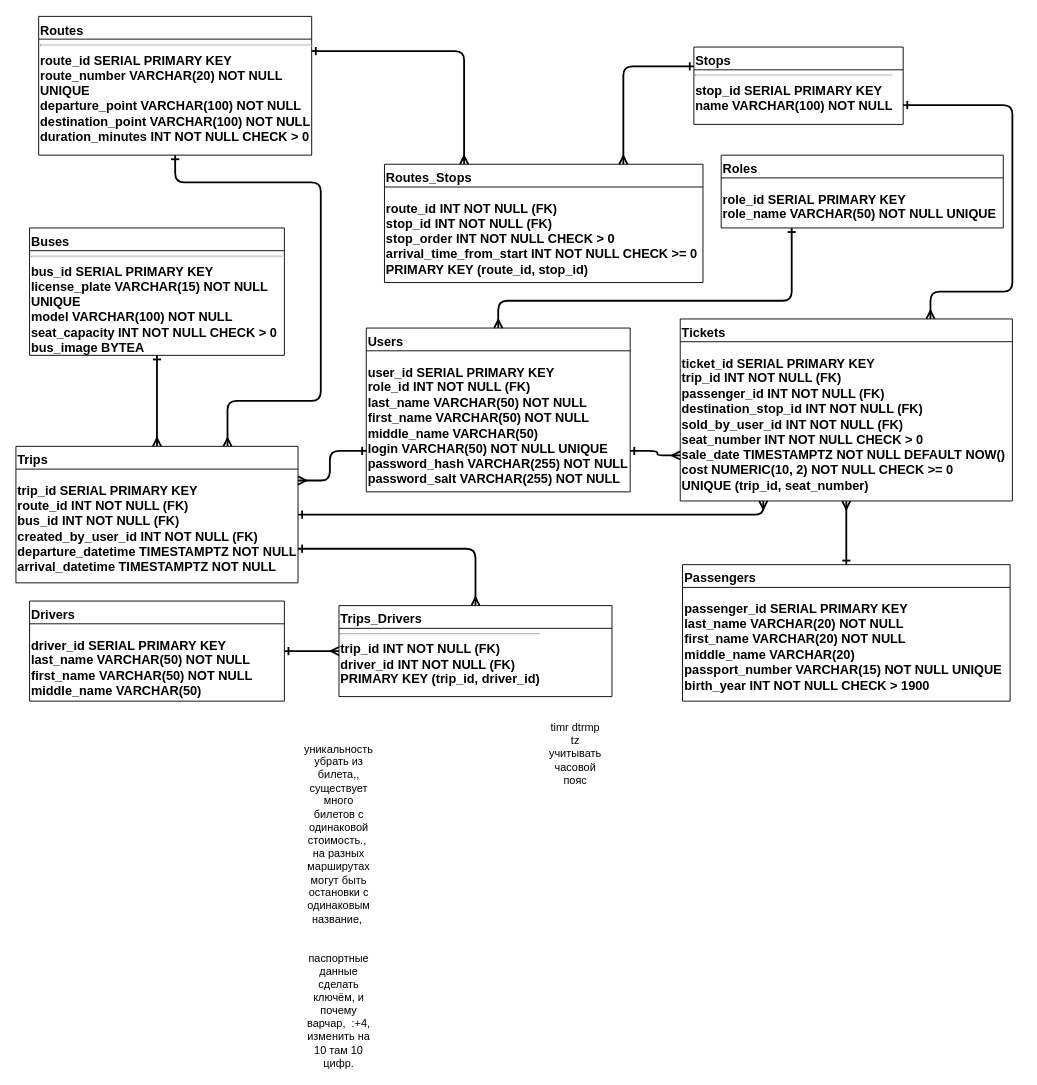
Earlier version of the draw.io diagram CourseProjectDBMS/database/models/physical/Физическая модель.drawio (Apehovesrame/PpassengerTransportation). Source tidied: cells renumbered, new cells numbered last; positions are measured from the earlier drawing's top-left corner, leaving out a move shared by most shapes. Both pictures are drawn from the tidied source at 91%, with x=0, y=0 at pixel (15, 16).
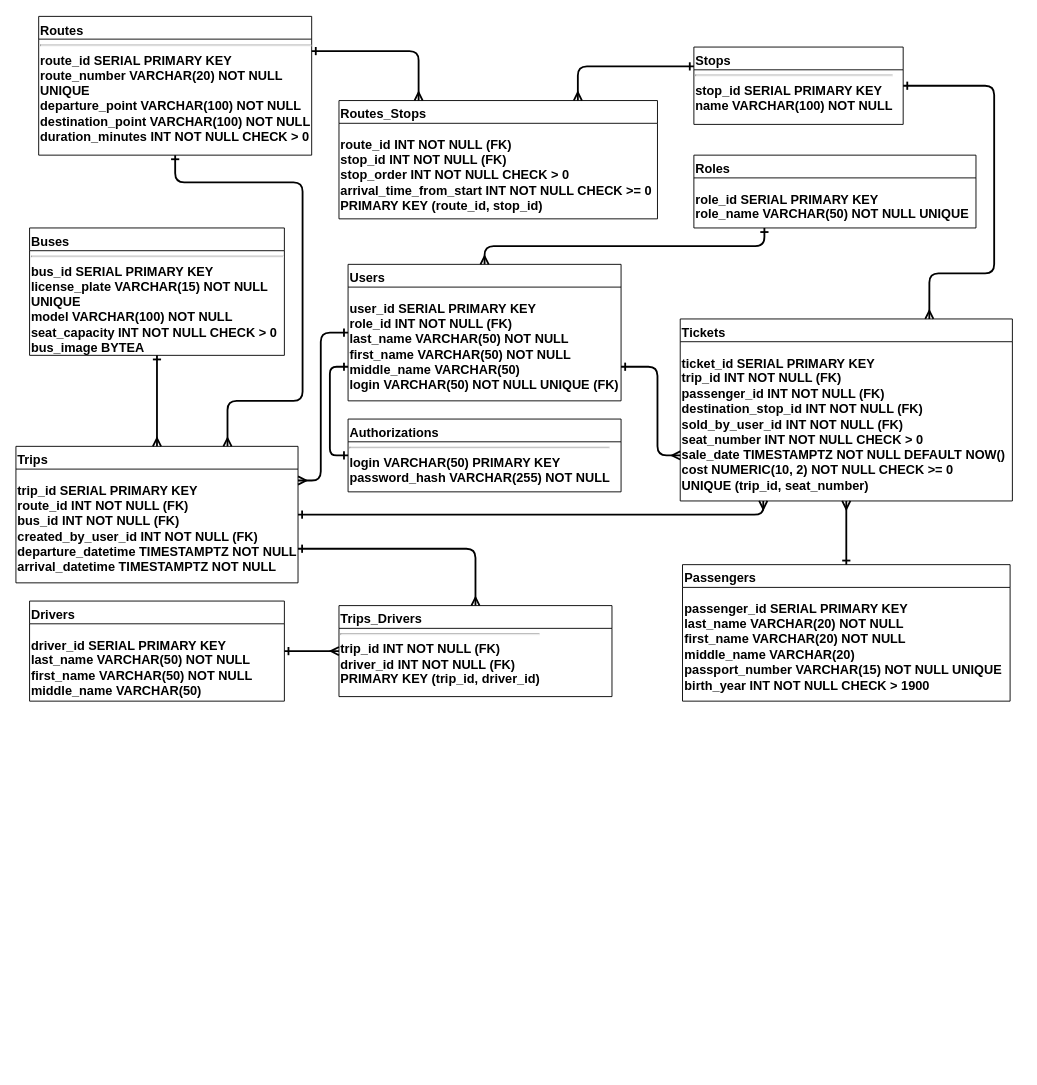
After the change.

Unchanged cells that the change refers to:
```xml
<mxCell id="2" value="&lt;b&gt;Routes&lt;/b&gt;&lt;hr&gt;route_id SERIAL PRIMARY KEY&lt;br&gt;route_number VARCHAR(20) NOT NULL UNIQUE&lt;br&gt;departure_point VARCHAR(100) NOT NULL&lt;br&gt;destination_point VARCHAR(100) NOT NULL&lt;br&gt;duration_minutes INT NOT NULL CHECK &amp;gt; 0" style="shape=table;startSize=25;childLayout=tableLayout;rowLines=0;fontStyle=1;align=left;strokeWidth=1;whiteSpace=wrap;html=1;verticalAlign=top;fontSize=14;" parent="1" vertex="1">
  <mxGeometry x="25" y="-0.5" width="300" height="152.5" as="geometry" />
</mxCell>
<mxCell id="3" value="&lt;b&gt;Stops&lt;/b&gt;&lt;hr&gt;stop_id SERIAL PRIMARY KEY&lt;br&gt;name VARCHAR(100) NOT NULL" style="shape=table;startSize=25;childLayout=tableLayout;rowLines=0;fontStyle=1;align=left;strokeWidth=1;whiteSpace=wrap;html=1;verticalAlign=top;fontSize=14;" parent="1" vertex="1">
  <mxGeometry x="745" y="33.2" width="230" height="85" as="geometry" />
</mxCell>
<mxCell id="5" value="&lt;b&gt;Trips&lt;/b&gt;&lt;div&gt;&lt;br&gt;&lt;/div&gt;&lt;div&gt;trip_id SERIAL PRIMARY KEY&lt;/div&gt;&lt;div&gt;route_id INT NOT NULL (FK)&lt;/div&gt;&lt;div&gt;bus_id INT NOT NULL (FK)&lt;/div&gt;&lt;div&gt;created_by_user_id INT NOT NULL (FK)&lt;/div&gt;&lt;div&gt;departure_datetime TIMESTAMPTZ NOT NULL&lt;/div&gt;&lt;div&gt;arrival_datetime TIMESTAMPTZ NOT NULL&lt;/div&gt;" style="shape=table;startSize=25;childLayout=tableLayout;rowLines=0;fontStyle=1;align=left;strokeWidth=1;whiteSpace=wrap;html=1;verticalAlign=top;fontSize=14;" parent="1" vertex="1">
  <mxGeometry y="472" width="310" height="150" as="geometry" />
</mxCell>
<mxCell id="10" value="&lt;b&gt;Tickets&lt;/b&gt;&lt;div&gt;&lt;br&gt;&lt;/div&gt;&lt;div&gt;ticket_id SERIAL PRIMARY KEY&lt;/div&gt;&lt;div&gt;trip_id INT NOT NULL (FK)&lt;/div&gt;&lt;div&gt;passenger_id INT NOT NULL (FK)&lt;/div&gt;&lt;div&gt;destination_stop_id INT NOT NULL (FK)&lt;/div&gt;&lt;div&gt;sold_by_user_id INT NOT NULL (FK)&lt;/div&gt;&lt;div&gt;seat_number INT NOT NULL CHECK &amp;gt; 0&lt;/div&gt;&lt;div&gt;sale_date TIMESTAMPTZ NOT NULL DEFAULT NOW()&lt;/div&gt;&lt;div&gt;cost NUMERIC(10, 2) NOT NULL CHECK &amp;gt;= 0&lt;/div&gt;&lt;div&gt;UNIQUE (trip_id, seat_number)&lt;/div&gt;" style="shape=table;startSize=25;childLayout=tableLayout;rowLines=0;fontStyle=1;align=left;strokeWidth=1;whiteSpace=wrap;html=1;verticalAlign=top;fontSize=14;" parent="1" vertex="1">
  <mxGeometry x="730" y="332" width="365" height="200" as="geometry" />
</mxCell>
```

Change to the diagram source:
```diff
@@
     <mxCell id="4" value="&lt;b&gt;Routes_Stops&lt;/b&gt;&lt;div&gt;&lt;br&gt;&lt;/div&gt;&lt;div&gt;route_id INT NOT NULL (FK)&lt;/div&gt;&lt;div&gt;stop_id INT NOT NULL (FK)&lt;/div&gt;&lt;div&gt;stop_order INT NOT NULL CHECK &amp;gt; 0&lt;/div&gt;&lt;div&gt;arrival_time_from_start INT NOT NULL CHECK &amp;gt;= 0&lt;/div&gt;&lt;div&gt;PRIMARY KEY (route_id, stop_id)&lt;/div&gt;" style="shape=table;startSize=25;childLayout=tableLayout;rowLines=0;fontStyle=1;align=left;strokeWidth=1;whiteSpace=wrap;html=1;verticalAlign=top;fontSize=14;" parent="1" vertex="1">
-      <mxGeometry x="405" y="162" width="350" height="130" as="geometry" />
+      <mxGeometry x="355" y="92" width="350" height="130" as="geometry" />
     </mxCell>
@@
     <mxCell id="11" style="edgeStyle=orthogonalEdgeStyle;endArrow=ERmany;startArrow=ERone;endFill=1;startFill=1;strokeWidth=2;verticalAlign=top;align=left;fontSize=14;entryX=0.25;entryY=0;entryDx=0;entryDy=0;exitX=1;exitY=0.25;exitDx=0;exitDy=0;" parent="1" edge="1" source="2" target="4">
       <mxGeometry relative="1" as="geometry">
         <Array as="points">
-          <mxPoint x="493" y="38" />
+          <mxPoint x="443" y="38" />
         </Array>
       </mxGeometry>
     </mxCell>
     <mxCell id="12" style="edgeStyle=orthogonalEdgeStyle;endArrow=ERmany;startArrow=ERone;endFill=1;startFill=1;strokeWidth=2;verticalAlign=top;align=left;fontSize=14;entryX=0.75;entryY=0;entryDx=0;entryDy=0;exitX=0;exitY=0.25;exitDx=0;exitDy=0;" parent="1" edge="1" source="3" target="4">
       <mxGeometry relative="1" as="geometry">
         <Array as="points">
-          <mxPoint x="668" y="55" />
+          <mxPoint x="618" y="54" />
         </Array>
       </mxGeometry>
     </mxCell>
     <mxCell id="13" style="edgeStyle=orthogonalEdgeStyle;endArrow=ERmany;startArrow=ERone;endFill=1;startFill=1;strokeWidth=2;verticalAlign=top;align=left;fontSize=14;exitX=0.5;exitY=1;exitDx=0;exitDy=0;entryX=0.75;entryY=0;entryDx=0;entryDy=0;" parent="1" edge="1" source="2" target="5">
       <mxGeometry relative="1" as="geometry">
         <Array as="points">
           <mxPoint x="175" y="182" />
-          <mxPoint x="335" y="182" />
-          <mxPoint x="335" y="422" />
+          <mxPoint x="315" y="182" />
+          <mxPoint x="315" y="422" />
           <mxPoint x="233" y="422" />
         </Array>
       </mxGeometry>
     </mxCell>
@@
-    <mxCell id="19" style="edgeStyle=orthogonalEdgeStyle;endArrow=ERmany;startArrow=ERone;endFill=1;startFill=1;strokeWidth=2;verticalAlign=top;align=left;fontSize=14;exitX=1;exitY=0.75;exitDx=0;exitDy=0;" parent="1" edge="1" source="3">
+    <mxCell id="19" style="edgeStyle=orthogonalEdgeStyle;endArrow=ERmany;startArrow=ERone;endFill=1;startFill=1;strokeWidth=2;verticalAlign=top;align=left;fontSize=14;entryX=0.75;entryY=0;entryDx=0;entryDy=0;exitX=1;exitY=0.5;exitDx=0;exitDy=0;" parent="1" edge="1" source="3" target="10">
       <mxGeometry relative="1" as="geometry">
-        <mxPoint x="1005" y="332" as="targetPoint" />
         <Array as="points">
-          <mxPoint x="1095" y="97" />
-          <mxPoint x="1095" y="302" />
-          <mxPoint x="1005" y="302" />
-          <mxPoint x="1005" y="332" />
+          <mxPoint x="1075" y="76" />
+          <mxPoint x="1075" y="282" />
+          <mxPoint x="1004" y="282" />
         </Array>
       </mxGeometry>
     </mxCell>
     <mxCell id="20" value="&lt;b&gt;Roles&lt;/b&gt;&lt;div&gt;&lt;br&gt;&lt;/div&gt;&lt;div&gt;role_id SERIAL PRIMARY KEY&amp;nbsp;&lt;/div&gt;&lt;div&gt;role_name VARCHAR(50) NOT NULL UNIQUE&lt;/div&gt;" style="shape=table;startSize=25;childLayout=tableLayout;rowLines=0;fontStyle=1;align=left;strokeWidth=1;whiteSpace=wrap;html=1;verticalAlign=top;fontSize=14;" parent="1" vertex="1">
-      <mxGeometry x="775" y="152" width="310" height="80" as="geometry" />
+      <mxGeometry x="745" y="152" width="310" height="80" as="geometry" />
     </mxCell>
-    <mxCell id="21" value="&lt;b&gt;Users&lt;/b&gt;&lt;div&gt;&lt;br&gt;&lt;/div&gt;&lt;div&gt;user_id SERIAL PRIMARY KEY&lt;/div&gt;&lt;div&gt;role_id INT NOT NULL (FK)&lt;/div&gt;&lt;div&gt;last_name VARCHAR(50) NOT NULL&lt;/div&gt;&lt;div&gt;first_name VARCHAR(50) NOT NULL&lt;/div&gt;&lt;div&gt;middle_name VARCHAR(50)&lt;/div&gt;&lt;div&gt;login VARCHAR(50) NOT NULL UNIQUE&lt;/div&gt;&lt;div&gt;password_hash VARCHAR(255) NOT NULL&lt;/div&gt;&lt;div&gt;password_salt VARCHAR(255) NOT NULL&lt;/div&gt;" style="shape=table;startSize=25;childLayout=tableLayout;rowLines=0;fontStyle=1;align=left;strokeWidth=1;whiteSpace=wrap;html=1;verticalAlign=top;fontSize=14;" parent="1" vertex="1">
-      <mxGeometry x="385" y="342" width="290" height="180" as="geometry" />
+    <mxCell id="21" value="&lt;b&gt;Users&lt;/b&gt;&lt;div&gt;&lt;br&gt;&lt;/div&gt;&lt;div&gt;user_id SERIAL PRIMARY KEY&lt;/div&gt;&lt;div&gt;role_id INT NOT NULL (FK)&lt;/div&gt;&lt;div&gt;last_name VARCHAR(50) NOT NULL&lt;/div&gt;&lt;div&gt;first_name VARCHAR(50) NOT NULL&lt;/div&gt;&lt;div&gt;middle_name VARCHAR(50)&lt;/div&gt;&lt;div&gt;login VARCHAR(50) NOT NULL UNIQUE (FK)&lt;/div&gt;&lt;div&gt;&lt;br&gt;&lt;/div&gt;" style="shape=table;startSize=25;childLayout=tableLayout;rowLines=0;fontStyle=1;align=left;strokeWidth=1;whiteSpace=wrap;html=1;verticalAlign=top;fontSize=14;" parent="1" vertex="1">
+      <mxGeometry x="365" y="272" width="300" height="150" as="geometry" />
     </mxCell>
     <mxCell id="22" style="edgeStyle=orthogonalEdgeStyle;endArrow=ERmany;startArrow=ERone;endFill=1;startFill=1;strokeWidth=2;verticalAlign=top;align=left;fontSize=14;exitX=0.25;exitY=1;exitDx=0;exitDy=0;entryX=0.5;entryY=0;entryDx=0;entryDy=0;" parent="1" edge="1" source="20" target="21">
       <mxGeometry relative="1" as="geometry">
         <Array as="points">
-          <mxPoint x="853" y="312" />
-          <mxPoint x="530" y="312" />
+          <mxPoint x="823" y="252" />
+          <mxPoint x="515" y="252" />
         </Array>
       </mxGeometry>
     </mxCell>
     <mxCell id="23" style="edgeStyle=orthogonalEdgeStyle;endArrow=ERmany;startArrow=ERone;endFill=1;startFill=1;strokeWidth=2;verticalAlign=top;align=left;fontSize=14;exitX=1;exitY=0.75;exitDx=0;exitDy=0;entryX=0;entryY=0.75;entryDx=0;entryDy=0;" parent="1" edge="1" source="21" target="10">
       <mxGeometry relative="1" as="geometry">
         <Array as="points">
-          <mxPoint x="705" y="477" />
+          <mxPoint x="705" y="385" />
           <mxPoint x="705" y="482" />
         </Array>
       </mxGeometry>
     </mxCell>
-    <mxCell id="24" style="edgeStyle=orthogonalEdgeStyle;endArrow=ERmany;startArrow=ERone;endFill=1;startFill=1;strokeWidth=2;verticalAlign=top;align=left;fontSize=14;exitX=0;exitY=0.75;exitDx=0;exitDy=0;entryX=1;entryY=0.25;entryDx=0;entryDy=0;" parent="1" edge="1" source="21" target="5">
+    <mxCell id="24" style="edgeStyle=orthogonalEdgeStyle;endArrow=ERmany;startArrow=ERone;endFill=1;startFill=1;strokeWidth=2;verticalAlign=top;align=left;fontSize=14;exitX=0;exitY=0.5;exitDx=0;exitDy=0;entryX=1;entryY=0.25;entryDx=0;entryDy=0;" parent="1" edge="1" source="21" target="5">
       <mxGeometry relative="1" as="geometry">
         <Array as="points">
-          <mxPoint x="345" y="477" />
-          <mxPoint x="345" y="510" />
+          <mxPoint x="335" y="347" />
+          <mxPoint x="335" y="510" />
         </Array>
       </mxGeometry>
     </mxCell>
-    <mxCell id="25" value="уникальность убрать из билета,, существует много билетов с одинаковой стоимость.,&amp;nbsp; на разных марширутах могут быть остановки с одинаковым название,&amp;nbsp;&lt;br&gt;&lt;br&gt;&lt;br&gt;паспортные данные сделать ключём, и почему варчар,&amp;nbsp; :+4, изменить на 10 там 10 цифр." style="text;html=1;whiteSpace=wrap;strokeColor=none;fillColor=none;align=center;verticalAlign=middle;rounded=0;" parent="1" vertex="1">
-      <mxGeometry x="325" y="962" width="60" height="30" as="geometry" />
-    </mxCell>
-    <mxCell id="26" value="timr dtrmp tz учитывать часовой пояс&lt;div&gt;&lt;br&gt;&lt;/div&gt;" style="text;html=1;whiteSpace=wrap;strokeColor=none;fillColor=none;align=center;verticalAlign=middle;rounded=0;" parent="1" vertex="1">
-      <mxGeometry x="585" y="802" width="60" height="30" as="geometry" />
-    </mxCell>
+    <mxCell id="27" value="&lt;b&gt;Authorizations&lt;/b&gt;&lt;hr&gt;&lt;div&gt;login VARCHAR(50) PRIMARY KEY&lt;/div&gt;&lt;div&gt;password_hash VARCHAR(255) NOT NULL&lt;/div&gt;" style="shape=table;startSize=25;childLayout=tableLayout;rowLines=0;fontStyle=1;align=left;strokeWidth=1;whiteSpace=wrap;html=1;verticalAlign=top;fontSize=14;" parent="1" vertex="1">
+      <mxGeometry x="365" y="442" width="300" height="80" as="geometry" />
+    </mxCell>
+    <mxCell id="28" style="edgeStyle=orthogonalEdgeStyle;endArrow=ERone;startArrow=ERone;endFill=0;startFill=1;strokeWidth=2;snapToPoint=0;fixDash=0;backgroundOutline=0;enumerate=0;arcSize=15;verticalAlign=middle;spacing=2;fontSize=14;exitX=0;exitY=0.5;exitDx=0;exitDy=0;entryX=0;entryY=0.75;entryDx=0;entryDy=0;" parent="1" edge="1" source="27" target="21">
+      <mxGeometry relative="1" as="geometry">
+        <Array as="points">
+          <mxPoint x="345" y="482" />
+          <mxPoint x="345" y="385" />
+          <mxPoint x="365" y="385" />
+        </Array>
+      </mxGeometry>
+    </mxCell>
```
